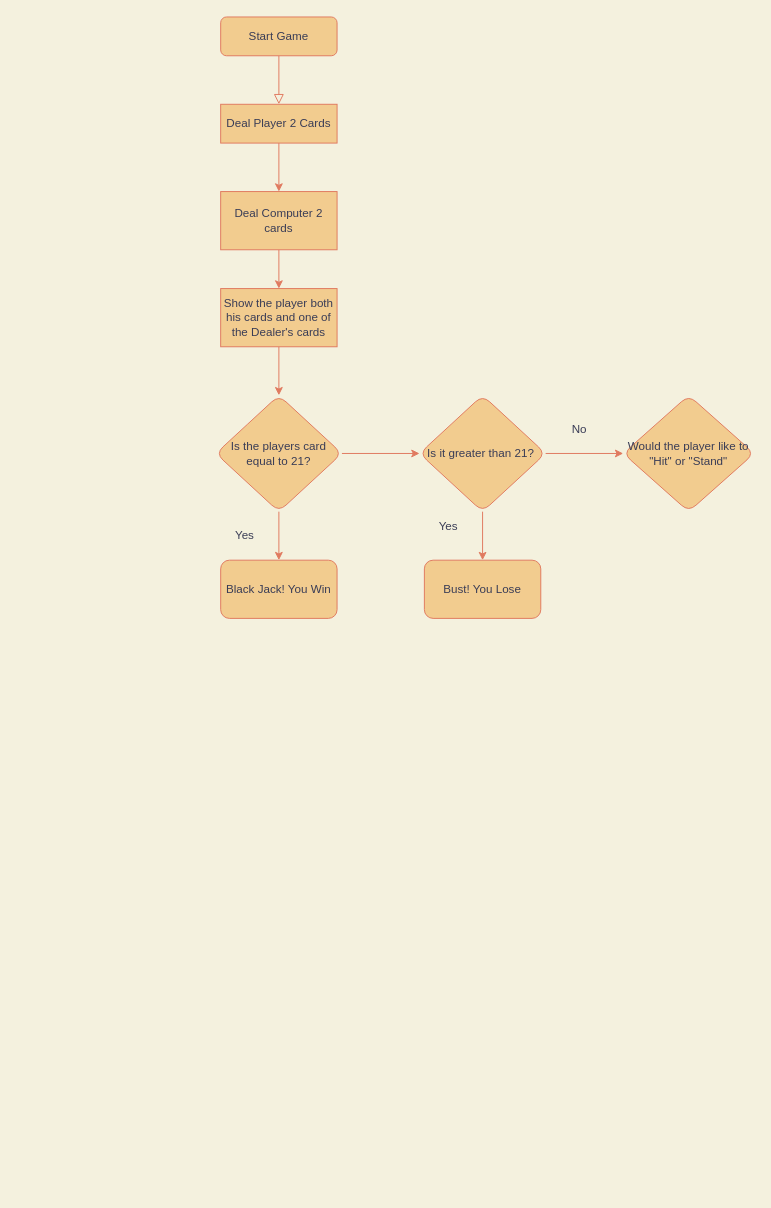
This is Black Jack.drawio from pjmawuli/-100-days-of-code-, a draw.io file, before an edit. Source tidied: cells renumbered, new cells numbered last; positions are measured from the earlier drawing's top-left corner, leaving out a move shared by most shapes. Both pictures are drawn from the tidied source at 97%, with x=0, y=0 at pixel (215, 16).
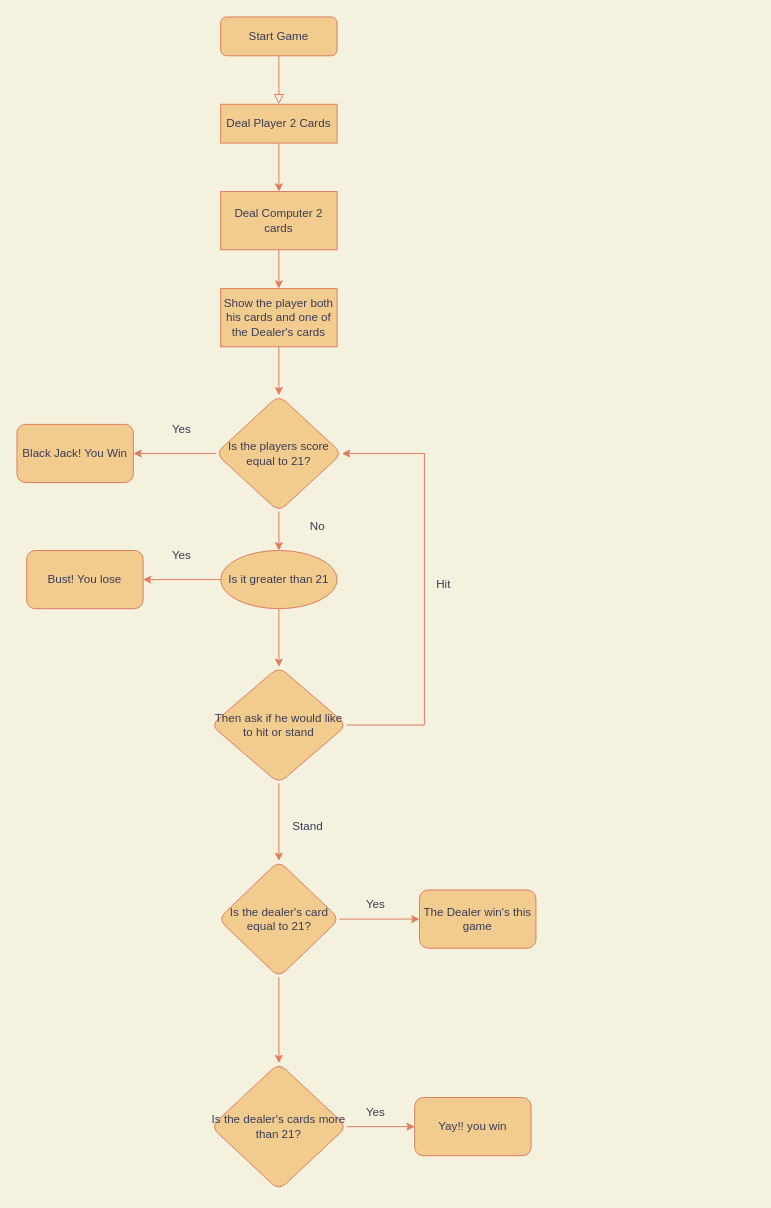
After the change.

Change to the diagram source:
```diff
@@
-    <mxCell id="11" style="edgeStyle=orthogonalEdgeStyle;rounded=0;jettySize=auto;html=1;strokeColor=#E07A5F;fontColor=#393C56;fillColor=#F2CC8F;" parent="1" edge="1" source="12" target="17">
-      <mxGeometry relative="1" as="geometry" />
-    </mxCell>
+    <mxCell id="22" style="edgeStyle=orthogonalEdgeStyle;rounded=0;jettySize=auto;html=1;strokeColor=#E07A5F;fontColor=#393C56;fillColor=#F2CC8F;" parent="1" edge="1" source="12" target="28">
+      <mxGeometry relative="1" as="geometry" />
+    </mxCell>
-    <mxCell id="12" value="Is the players card equal to 21?" style="rhombus;whiteSpace=wrap;html=1;rounded=1;fillColor=#F2CC8F;strokeColor=#E07A5F;fontColor=#393C56;" parent="1" vertex="1">
+    <mxCell id="12" value="Is the players score equal to 21?" style="rhombus;whiteSpace=wrap;html=1;rounded=1;fillColor=#F2CC8F;strokeColor=#E07A5F;fontColor=#393C56;" parent="1" vertex="1">
       <mxGeometry y="390" width="130" height="120" as="geometry" />
     </mxCell>
     <mxCell id="13" value="Black Jack! You Win" style="whiteSpace=wrap;html=1;rounded=1;fillColor=#F2CC8F;strokeColor=#E07A5F;fontColor=#393C56;" parent="1" vertex="1">
-      <mxGeometry x="5" y="560" width="120" height="60" as="geometry" />
+      <mxGeometry x="-205" y="420" width="120" height="60" as="geometry" />
     </mxCell>
     <mxCell id="14" value="Yes" style="text;html=1;strokeColor=none;fillColor=none;align=center;verticalAlign=middle;whiteSpace=wrap;rounded=0;fontColor=#393C56;" parent="1" vertex="1">
-      <mxGeometry y="520" width="60" height="30" as="geometry" />
+      <mxGeometry x="-65" y="410" width="60" height="30" as="geometry" />
     </mxCell>
-    <mxCell id="15" style="edgeStyle=orthogonalEdgeStyle;rounded=0;jettySize=auto;html=1;strokeColor=#E07A5F;fontColor=#393C56;fillColor=#F2CC8F;" parent="1" edge="1" source="17" target="18">
-      <mxGeometry relative="1" as="geometry" />
-    </mxCell>
-    <mxCell id="16" style="edgeStyle=orthogonalEdgeStyle;rounded=0;jettySize=auto;html=1;strokeColor=#E07A5F;fontColor=#393C56;fillColor=#F2CC8F;" parent="1" edge="1" source="17" target="21">
-      <mxGeometry relative="1" as="geometry" />
-    </mxCell>
-    <mxCell id="17" value="Is it greater than 21?&amp;nbsp;" style="rhombus;whiteSpace=wrap;html=1;rounded=1;fillColor=#F2CC8F;strokeColor=#E07A5F;fontColor=#393C56;" parent="1" vertex="1">
-      <mxGeometry x="210" y="390" width="130" height="120" as="geometry" />
-    </mxCell>
-    <mxCell id="18" value="Bust! You Lose" style="whiteSpace=wrap;html=1;fillColor=#F2CC8F;strokeColor=#E07A5F;fontColor=#393C56;rounded=1;" parent="1" vertex="1">
-      <mxGeometry x="215" y="560" width="120" height="60" as="geometry" />
-    </mxCell>
-    <mxCell id="19" value="Yes" style="text;html=1;strokeColor=none;fillColor=none;align=center;verticalAlign=middle;whiteSpace=wrap;rounded=0;fontColor=#393C56;" parent="1" vertex="1">
-      <mxGeometry x="210" y="510" width="60" height="30" as="geometry" />
-    </mxCell>
     <mxCell id="20" value="No" style="text;html=1;strokeColor=none;fillColor=none;align=center;verticalAlign=middle;whiteSpace=wrap;rounded=0;fontColor=#393C56;" parent="1" vertex="1">
-      <mxGeometry x="345" y="410" width="60" height="30" as="geometry" />
+      <mxGeometry x="75" y="510" width="60" height="30" as="geometry" />
     </mxCell>
-    <mxCell id="21" value="Would the player like to &quot;Hit&quot; or &quot;Stand&quot;" style="rhombus;whiteSpace=wrap;html=1;rounded=1;fillColor=#F2CC8F;strokeColor=#E07A5F;fontColor=#393C56;" parent="1" vertex="1">
-      <mxGeometry x="420" y="390" width="135" height="120" as="geometry" />
-    </mxCell>
+    <mxCell id="23" style="edgeStyle=orthogonalEdgeStyle;rounded=0;jettySize=auto;html=1;exitX=1;exitY=0.5;exitDx=0;exitDy=0;entryX=1;entryY=0.5;entryDx=0;entryDy=0;strokeColor=#E07A5F;fontColor=#393C56;fillColor=#F2CC8F;" parent="1" edge="1" source="25" target="12">
+      <mxGeometry relative="1" as="geometry">
+        <Array as="points">
+          <mxPoint x="215" y="730" />
+          <mxPoint x="215" y="450" />
+        </Array>
+      </mxGeometry>
+    </mxCell>
+    <mxCell id="24" style="edgeStyle=orthogonalEdgeStyle;rounded=0;jettySize=auto;html=1;strokeColor=#E07A5F;fontColor=#393C56;fillColor=#F2CC8F;" parent="1" edge="1" source="25" target="34">
+      <mxGeometry relative="1" as="geometry" />
+    </mxCell>
+    <mxCell id="25" value="Then ask if he would like to hit or stand" style="rhombus;whiteSpace=wrap;html=1;fillColor=#F2CC8F;strokeColor=#E07A5F;fontColor=#393C56;rounded=1;" parent="1" vertex="1">
+      <mxGeometry x="-5" y="670" width="140" height="120" as="geometry" />
+    </mxCell>
+    <mxCell id="26" style="edgeStyle=orthogonalEdgeStyle;rounded=0;jettySize=auto;html=1;exitX=0.5;exitY=1;exitDx=0;exitDy=0;entryX=0.5;entryY=0;entryDx=0;entryDy=0;strokeColor=#E07A5F;fontColor=#393C56;fillColor=#F2CC8F;" parent="1" edge="1" source="28" target="25">
+      <mxGeometry relative="1" as="geometry" />
+    </mxCell>
+    <mxCell id="27" style="edgeStyle=orthogonalEdgeStyle;rounded=0;jettySize=auto;html=1;strokeColor=#E07A5F;fontColor=#393C56;fillColor=#F2CC8F;" parent="1" edge="1" source="28" target="29">
+      <mxGeometry relative="1" as="geometry" />
+    </mxCell>
+    <mxCell id="28" value="Is it greater than 21" style="ellipse;whiteSpace=wrap;html=1;fillColor=#F2CC8F;strokeColor=#E07A5F;fontColor=#393C56;rounded=1;" parent="1" vertex="1">
+      <mxGeometry x="5" y="550" width="120" height="60" as="geometry" />
+    </mxCell>
+    <mxCell id="29" value="Bust! You lose" style="whiteSpace=wrap;html=1;fillColor=#F2CC8F;strokeColor=#E07A5F;fontColor=#393C56;rounded=1;" parent="1" vertex="1">
+      <mxGeometry x="-195" y="550" width="120" height="60" as="geometry" />
+    </mxCell>
+    <mxCell id="30" value="Yes" style="text;html=1;strokeColor=none;fillColor=none;align=center;verticalAlign=middle;whiteSpace=wrap;rounded=0;fontColor=#393C56;" parent="1" vertex="1">
+      <mxGeometry x="-65" y="540" width="60" height="30" as="geometry" />
+    </mxCell>
+    <mxCell id="31" value="Hit" style="text;html=1;strokeColor=none;fillColor=none;align=center;verticalAlign=middle;whiteSpace=wrap;rounded=0;fontColor=#393C56;" parent="1" vertex="1">
+      <mxGeometry x="205" y="570" width="60" height="30" as="geometry" />
+    </mxCell>
+    <mxCell id="32" style="edgeStyle=orthogonalEdgeStyle;rounded=0;jettySize=auto;html=1;strokeColor=#E07A5F;fontColor=#393C56;fillColor=#F2CC8F;" parent="1" edge="1" source="34" target="36">
+      <mxGeometry relative="1" as="geometry" />
+    </mxCell>
+    <mxCell id="33" style="edgeStyle=orthogonalEdgeStyle;rounded=0;jettySize=auto;html=1;strokeColor=#E07A5F;fontColor=#393C56;fillColor=#F2CC8F;" parent="1" edge="1" source="34" target="39">
+      <mxGeometry relative="1" as="geometry" />
+    </mxCell>
+    <mxCell id="34" value="Is the dealer's card equal to 21?" style="rhombus;whiteSpace=wrap;html=1;fillColor=#F2CC8F;strokeColor=#E07A5F;fontColor=#393C56;rounded=1;" parent="1" vertex="1">
+      <mxGeometry x="2.5" y="870" width="125" height="120" as="geometry" />
+    </mxCell>
+    <mxCell id="35" value="Stand" style="text;html=1;strokeColor=none;fillColor=none;align=center;verticalAlign=middle;whiteSpace=wrap;rounded=0;fontColor=#393C56;" parent="1" vertex="1">
+      <mxGeometry x="65" y="820" width="60" height="30" as="geometry" />
+    </mxCell>
+    <mxCell id="36" value="The Dealer win's this game" style="whiteSpace=wrap;html=1;fillColor=#F2CC8F;strokeColor=#E07A5F;fontColor=#393C56;rounded=1;" parent="1" vertex="1">
+      <mxGeometry x="210" y="900" width="120" height="60" as="geometry" />
+    </mxCell>
+    <mxCell id="37" value="Yes" style="text;html=1;strokeColor=none;fillColor=none;align=center;verticalAlign=middle;whiteSpace=wrap;rounded=0;fontColor=#393C56;" parent="1" vertex="1">
+      <mxGeometry x="135" y="900" width="60" height="30" as="geometry" />
+    </mxCell>
+    <mxCell id="38" style="edgeStyle=orthogonalEdgeStyle;rounded=0;jettySize=auto;html=1;strokeColor=#E07A5F;fontColor=#393C56;fillColor=#F2CC8F;" parent="1" edge="1" source="39" target="40">
+      <mxGeometry relative="1" as="geometry" />
+    </mxCell>
+    <mxCell id="39" value="Is the dealer's cards more than 21?" style="rhombus;whiteSpace=wrap;html=1;fillColor=#F2CC8F;strokeColor=#E07A5F;fontColor=#393C56;rounded=1;" parent="1" vertex="1">
+      <mxGeometry x="-5" y="1078.5" width="140" height="131" as="geometry" />
+    </mxCell>
+    <mxCell id="40" value="Yay!! you win" style="whiteSpace=wrap;html=1;fillColor=#F2CC8F;strokeColor=#E07A5F;fontColor=#393C56;rounded=1;" parent="1" vertex="1">
+      <mxGeometry x="205" y="1114" width="120" height="60" as="geometry" />
+    </mxCell>
+    <mxCell id="41" value="Yes" style="text;html=1;strokeColor=none;fillColor=none;align=center;verticalAlign=middle;whiteSpace=wrap;rounded=0;fontColor=#393C56;" parent="1" vertex="1">
+      <mxGeometry x="135" y="1114" width="60" height="30" as="geometry" />
+    </mxCell>
```
